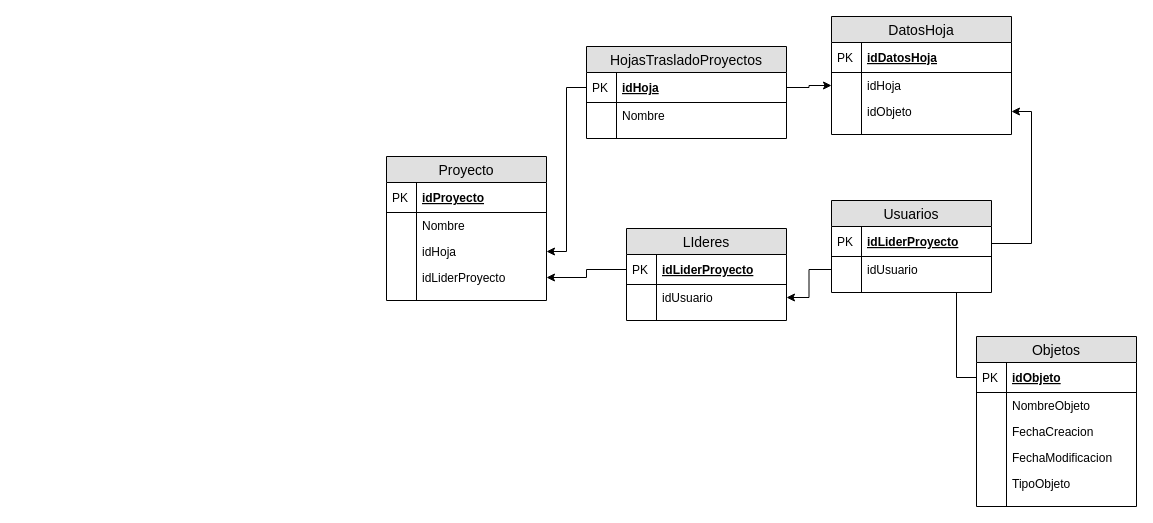
Before: DiagramaNuevo.drawio in IrvinDevFlores/RequerimientosPro, a draw.io diagram. Source tidied: cells renumbered, new cells numbered last; positions are measured from the earlier drawing's top-left corner, leaving out a move shared by most shapes. Both pictures are drawn from the tidied source at 100%, with x=0, y=0 at pixel (386, 16).
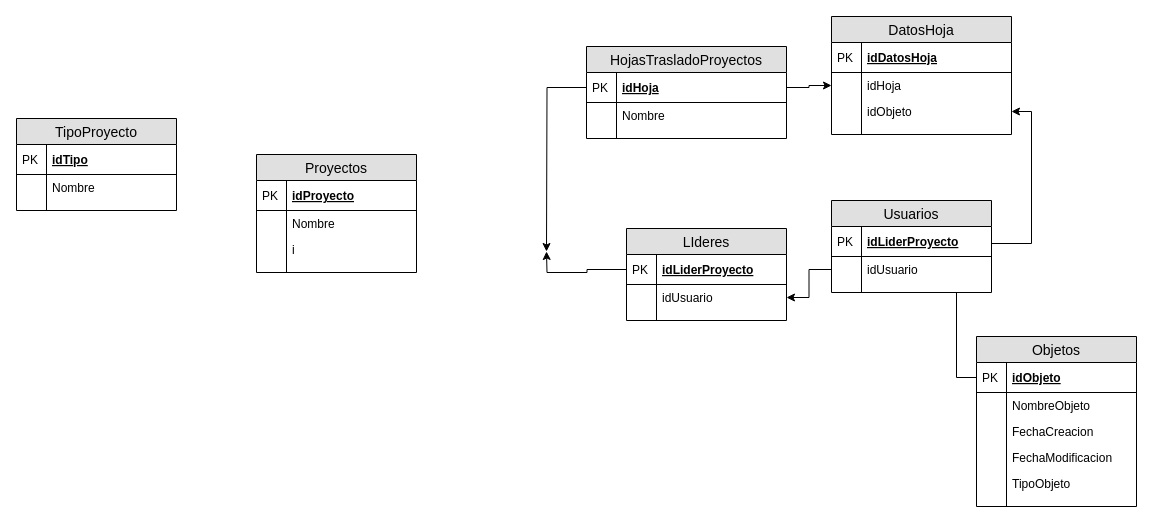
The same page after the edit.

Commit message:
Agregando nueva tabla

Unchanged cells that the change refers to:
```xml
<mxCell id="14" value="idHoja" style="shape=partialRectangle;top=0;left=0;right=0;bottom=1;align=left;verticalAlign=middle;fillColor=none;spacingLeft=34;spacingRight=4;overflow=hidden;points=[[0,0.5],[1,0.5]];portConstraint=eastwest;fontStyle=5;fontSize=12;" parent="13" vertex="1">
  <mxGeometry y="26" width="200" height="30" as="geometry" />
</mxCell>
<mxCell id="46" value="idLiderProyecto" style="shape=partialRectangle;top=0;left=0;right=0;bottom=1;align=left;verticalAlign=middle;fillColor=none;spacingLeft=34;spacingRight=4;overflow=hidden;points=[[0,0.5],[1,0.5]];portConstraint=eastwest;fontStyle=5;fontSize=12;" parent="45" vertex="1">
  <mxGeometry y="26" width="160" height="30" as="geometry" />
</mxCell>
```

What changed in the source:
```diff
@@
-    <mxCell id="2" value="Proyecto" style="swimlane;fontStyle=0;horizontal=1;startSize=26;fillColor=#e0e0e0;swimlaneFillColor=#ffffff;align=center;fontSize=14;" parent="1" vertex="1">
-      <mxGeometry y="140" width="160" height="144" as="geometry" />
+    <mxCell id="2" value="Proyectos" style="swimlane;fontStyle=0;horizontal=1;startSize=26;fillColor=#e0e0e0;swimlaneFillColor=#ffffff;align=center;fontSize=14;" parent="1" vertex="1">
+      <mxGeometry x="-130" y="138" width="160" height="118" as="geometry" />
     </mxCell>
@@
-    <mxCell id="7" value="idHoja&#10;" style="shape=partialRectangle;top=0;left=0;right=0;bottom=0;align=left;verticalAlign=top;fillColor=none;spacingLeft=34;spacingRight=4;overflow=hidden;points=[[0,0.5],[1,0.5]];portConstraint=eastwest;fontSize=12;" parent="2" vertex="1">
-      <mxGeometry y="82" width="160" height="26" as="geometry" />
-    </mxCell>
-    <mxCell id="8" style="shape=partialRectangle;top=0;left=0;bottom=0;fillColor=none;align=left;verticalAlign=top;spacingLeft=4;spacingRight=4;overflow=hidden;fontSize=12;" parent="7" vertex="1">
-      <mxGeometry width="30" height="26" as="geometry" />
-    </mxCell>
-    <mxCell id="9" value="idLiderProyecto" style="shape=partialRectangle;top=0;left=0;right=0;bottom=0;align=left;verticalAlign=top;fillColor=none;spacingLeft=34;spacingRight=4;overflow=hidden;points=[[0,0.5],[1,0.5]];portConstraint=eastwest;fontSize=12;" parent="2" vertex="1">
-      <mxGeometry y="108" width="160" height="26" as="geometry" />
-    </mxCell>
-    <mxCell id="10" style="shape=partialRectangle;top=0;left=0;bottom=0;fillColor=none;align=left;verticalAlign=top;spacingLeft=4;spacingRight=4;overflow=hidden;fontSize=12;" parent="9" vertex="1">
-      <mxGeometry width="30" height="26" as="geometry" />
-    </mxCell>
+    <mxCell id="61" value="i" style="shape=partialRectangle;top=0;left=0;right=0;bottom=0;align=left;verticalAlign=top;fillColor=none;spacingLeft=34;spacingRight=4;overflow=hidden;fontSize=12;" parent="2" vertex="1">
+      <mxGeometry y="82" width="160" height="26" as="geometry" />
+    </mxCell>
+    <mxCell id="62" style="shape=partialRectangle;top=0;left=0;bottom=0;fillColor=none;align=left;verticalAlign=top;spacingLeft=4;spacingRight=4;overflow=hidden;fontSize=12;" parent="61" vertex="1">
+      <mxGeometry width="30" height="26" as="geometry" />
+    </mxCell>
     <mxCell id="11" style="shape=partialRectangle;top=0;left=0;right=0;bottom=0;align=left;verticalAlign=top;fillColor=none;spacingLeft=34;spacingRight=4;overflow=hidden;fontSize=12;" parent="2" vertex="1">
-      <mxGeometry y="134" width="160" height="10" as="geometry" />
+      <mxGeometry y="108" width="160" height="10" as="geometry" />
     </mxCell>
@@
-    <mxCell id="33" style="edgeStyle=orthogonalEdgeStyle;rounded=0;jettySize=auto;html=1;entryX=1;entryY=0.5;entryDx=0;entryDy=0;" parent="1" edge="1" source="14" target="7">
-      <mxGeometry relative="1" as="geometry" />
+    <mxCell id="33" style="edgeStyle=orthogonalEdgeStyle;rounded=0;jettySize=auto;html=1;entryX=1;entryY=0.5;entryDx=0;entryDy=0;" parent="1" edge="1" source="14">
+      <mxGeometry relative="1" as="geometry">
+        <mxPoint x="160" y="235" as="targetPoint" />
+      </mxGeometry>
     </mxCell>
@@
-    <mxCell id="60" style="edgeStyle=orthogonalEdgeStyle;rounded=0;jettySize=auto;html=1;entryX=1;entryY=0.5;entryDx=0;entryDy=0;" parent="1" edge="1" source="46" target="9">
-      <mxGeometry relative="1" as="geometry" />
+    <mxCell id="60" style="edgeStyle=orthogonalEdgeStyle;rounded=0;jettySize=auto;html=1;entryX=1;entryY=0.5;entryDx=0;entryDy=0;" parent="1" edge="1" source="46">
+      <mxGeometry relative="1" as="geometry">
+        <mxPoint x="160" y="235" as="targetPoint" />
+      </mxGeometry>
     </mxCell>
+    <mxCell id="63" value="TipoProyecto" style="swimlane;fontStyle=0;horizontal=1;startSize=26;fillColor=#e0e0e0;swimlaneFillColor=#ffffff;align=center;fontSize=14;" parent="1" vertex="1">
+      <mxGeometry x="-370" y="102" width="160" height="92" as="geometry" />
+    </mxCell>
+    <mxCell id="64" value="idTipo" style="shape=partialRectangle;top=0;left=0;right=0;bottom=1;align=left;verticalAlign=middle;fillColor=none;spacingLeft=34;spacingRight=4;overflow=hidden;fontStyle=5;fontSize=12;" parent="63" vertex="1">
+      <mxGeometry y="26" width="160" height="30" as="geometry" />
+    </mxCell>
+    <mxCell id="65" value="PK" style="shape=partialRectangle;top=0;left=0;bottom=0;fillColor=none;align=left;verticalAlign=middle;spacingLeft=4;spacingRight=4;overflow=hidden;fontSize=12;" parent="64" vertex="1">
+      <mxGeometry width="30" height="30" as="geometry" />
+    </mxCell>
+    <mxCell id="66" value="Nombre" style="shape=partialRectangle;top=0;left=0;right=0;bottom=0;align=left;verticalAlign=top;fillColor=none;spacingLeft=34;spacingRight=4;overflow=hidden;fontSize=12;" parent="63" vertex="1">
+      <mxGeometry y="56" width="160" height="26" as="geometry" />
+    </mxCell>
+    <mxCell id="67" style="shape=partialRectangle;top=0;left=0;bottom=0;fillColor=none;align=left;verticalAlign=top;spacingLeft=4;spacingRight=4;overflow=hidden;fontSize=12;" parent="66" vertex="1">
+      <mxGeometry width="30" height="26" as="geometry" />
+    </mxCell>
+    <mxCell id="68" style="shape=partialRectangle;top=0;left=0;right=0;bottom=0;align=left;verticalAlign=top;fillColor=none;spacingLeft=34;spacingRight=4;overflow=hidden;fontSize=12;" parent="63" vertex="1">
+      <mxGeometry y="82" width="160" height="10" as="geometry" />
+    </mxCell>
+    <mxCell id="69" style="shape=partialRectangle;top=0;left=0;bottom=0;fillColor=none;align=left;verticalAlign=top;spacingLeft=4;spacingRight=4;overflow=hidden;fontSize=12;" parent="68" vertex="1">
+      <mxGeometry width="30" height="10" as="geometry" />
+    </mxCell>
```
